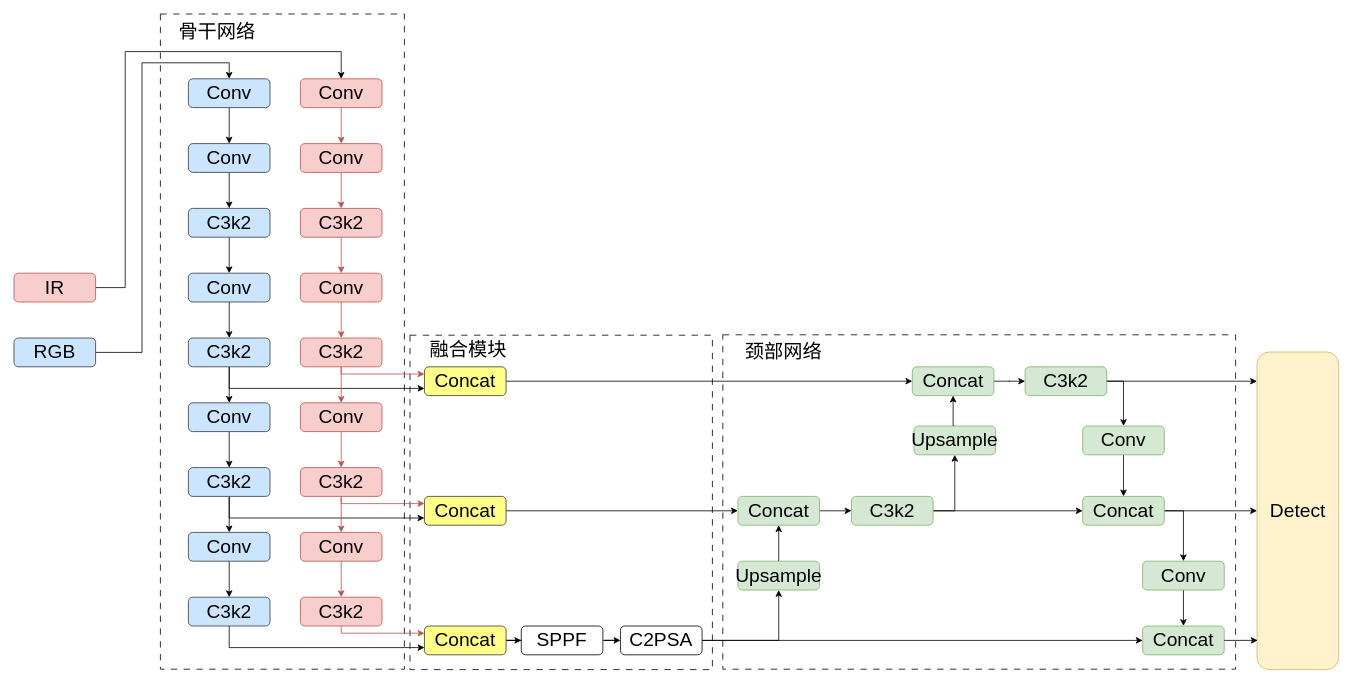
Earlier version of the draw.io diagram CGfusion.drawio (COSMOSHH/drawio-github). Source tidied: cells renumbered, new cells numbered last; positions are measured from the earlier drawing's top-left corner, leaving out a move shared by most shapes. Both pictures are drawn from the tidied source at 80%, with x=0, y=0 at pixel (14, 14).
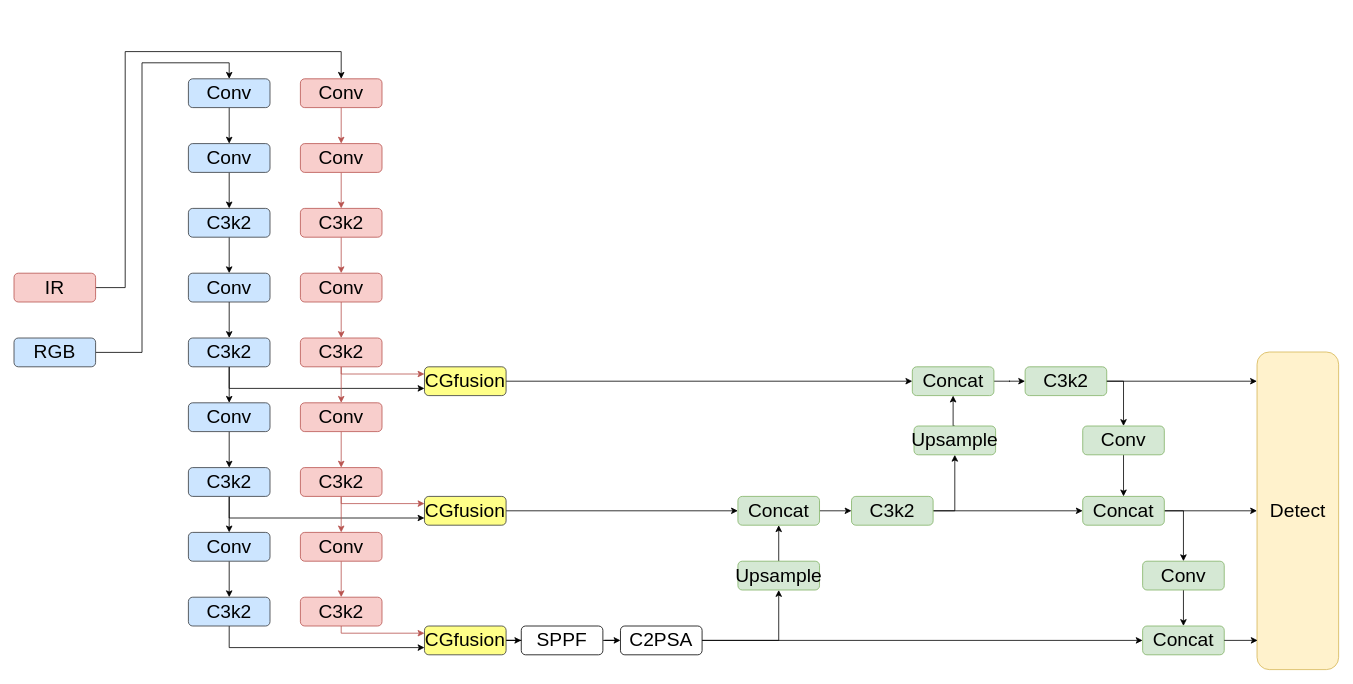
The same diagram, later.

What changed in the source:
```diff
@@
-    <mxCell id="2" style="rounded=0;whiteSpace=wrap;html=1;dashed=1;dashPattern=8 8;align=left;" parent="1" vertex="1">
-      <mxGeometry x="495" y="401.5" width="378" height="418" as="geometry" />
-    </mxCell>
-    <mxCell id="3" style="rounded=0;whiteSpace=wrap;html=1;dashed=1;dashPattern=8 8;align=left;" parent="1" vertex="1">
-      <mxGeometry x="183" width="305" height="819" as="geometry" />
-    </mxCell>
-    <mxCell id="4" style="rounded=0;whiteSpace=wrap;html=1;dashed=1;dashPattern=8 8;align=left;" parent="1" vertex="1">
-      <mxGeometry x="886" y="401" width="641" height="418" as="geometry" />
-    </mxCell>
@@
-    <mxCell id="6" value="&lt;span style=&quot;font-size: 24px;&quot;&gt;Concat&lt;/span&gt;" style="rounded=1;whiteSpace=wrap;html=1;fillColor=#ffff88;strokeColor=#36393d;" parent="1" vertex="1">
+    <mxCell id="6" value="&lt;span style=&quot;font-size: 24px;&quot;&gt;CGfusion&lt;/span&gt;" style="rounded=1;whiteSpace=wrap;html=1;fillColor=#ffff88;strokeColor=#36393d;" parent="1" vertex="1">
       <mxGeometry x="513.1" y="441" width="102" height="36" as="geometry" />
     </mxCell>
@@
-    <mxCell id="8" value="&lt;span style=&quot;font-size: 24px;&quot;&gt;Concat&lt;/span&gt;" style="rounded=1;whiteSpace=wrap;html=1;fillColor=#ffff88;strokeColor=#36393d;" parent="1" vertex="1">
+    <mxCell id="8" value="&lt;span style=&quot;font-size: 24px;&quot;&gt;CGfusion&lt;/span&gt;" style="rounded=1;whiteSpace=wrap;html=1;fillColor=#ffff88;strokeColor=#36393d;" parent="1" vertex="1">
       <mxGeometry x="513.1" y="603" width="102" height="36" as="geometry" />
     </mxCell>
@@
-    <mxCell id="10" value="&lt;span style=&quot;font-size: 24px;&quot;&gt;Concat&lt;/span&gt;" style="rounded=1;whiteSpace=wrap;html=1;fillColor=#ffff88;strokeColor=#36393d;" parent="1" vertex="1">
+    <mxCell id="10" value="&lt;span style=&quot;font-size: 24px;&quot;&gt;CGfusion&lt;/span&gt;" style="rounded=1;whiteSpace=wrap;html=1;fillColor=#ffff88;strokeColor=#36393d;" parent="1" vertex="1">
       <mxGeometry x="513.1" y="765" width="102" height="36" as="geometry" />
     </mxCell>
@@
-    <mxCell id="84" value="&lt;font style=&quot;font-size: 24px;&quot;&gt;颈部网络&lt;/font&gt;" style="text;html=1;whiteSpace=wrap;strokeColor=none;fillColor=none;align=center;verticalAlign=middle;rounded=0;" parent="1" vertex="1">
-      <mxGeometry x="896" y="408" width="132" height="30" as="geometry" />
-    </mxCell>
-    <mxCell id="85" value="&lt;font style=&quot;font-size: 24px;&quot;&gt;骨干网络&lt;/font&gt;" style="text;html=1;whiteSpace=wrap;strokeColor=none;fillColor=none;align=center;verticalAlign=middle;rounded=0;" parent="1" vertex="1">
-      <mxGeometry x="188" y="8" width="132" height="30" as="geometry" />
-    </mxCell>
-    <mxCell id="86" value="&lt;font style=&quot;font-size: 24px;&quot;&gt;融合模块&lt;/font&gt;" style="text;html=1;whiteSpace=wrap;strokeColor=none;fillColor=none;align=center;verticalAlign=middle;rounded=0;" parent="1" vertex="1">
-      <mxGeometry x="502.1" y="405" width="132" height="30" as="geometry" />
-    </mxCell>
```
